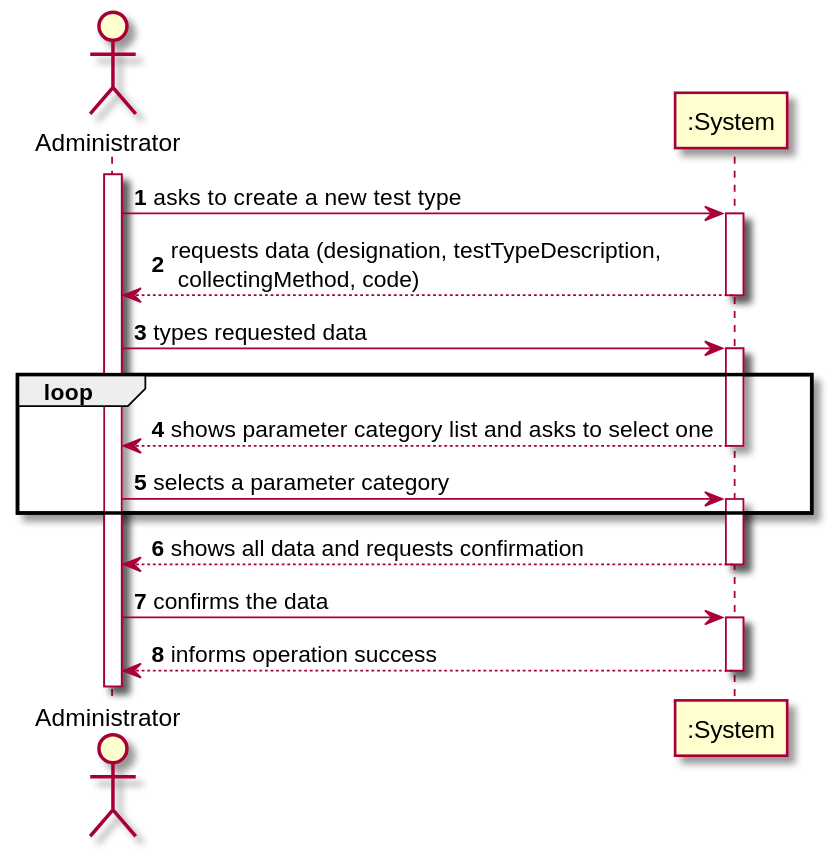
This is docs/SprintB/US9_CreateTestType/US009_SSD.svg from Pedromaia26/LAPR2-ISEP, a PlantUML export, as it was before one commit.
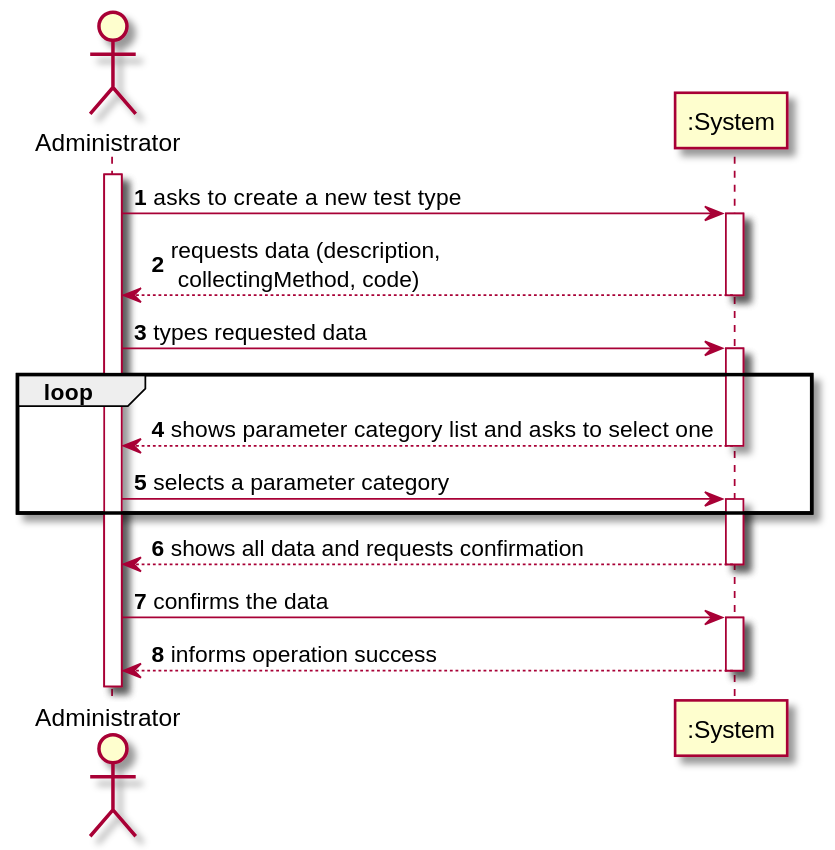
Above is the later version.

What changed in the source:
```diff
@@ -8,7 +8,7 @@
 
 A -> S: asks to create a new test type
 activate S
-S --> A: requests data (designation, testTypeDescription, \n collectingMethod, code)
+S --> A: requests data (description, \n collectingMethod, code)
 deactivate S
 
 A -> S: types requested data
```
